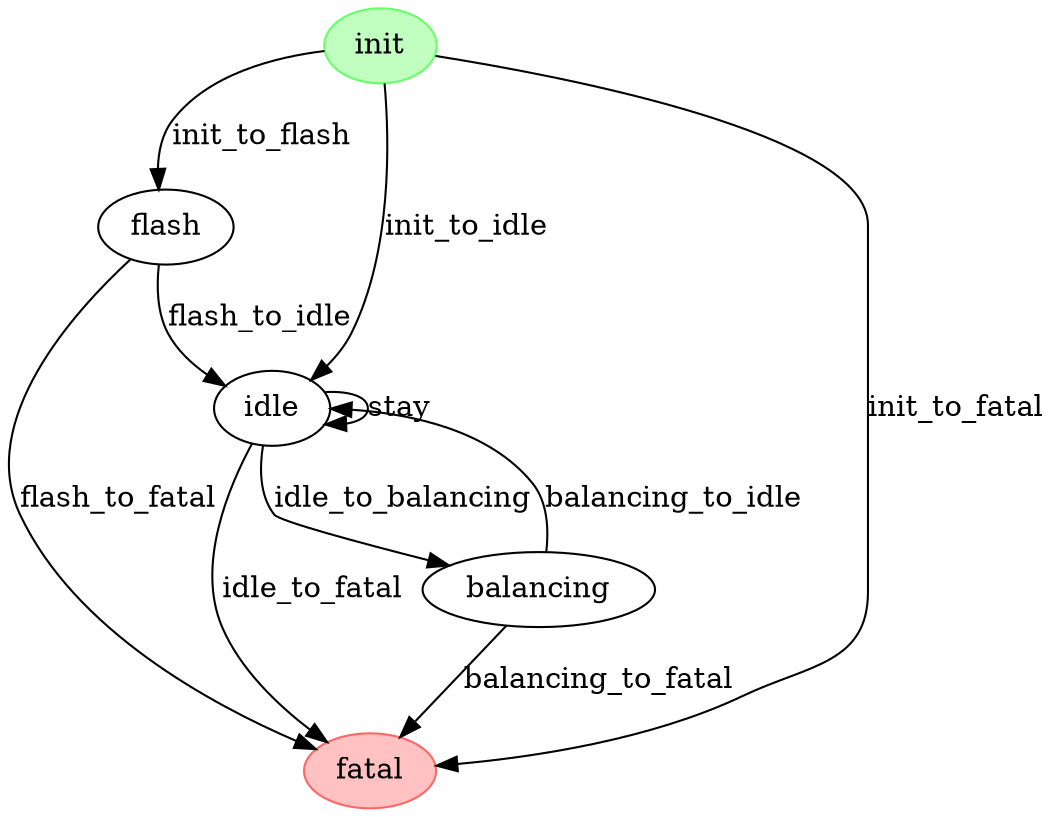
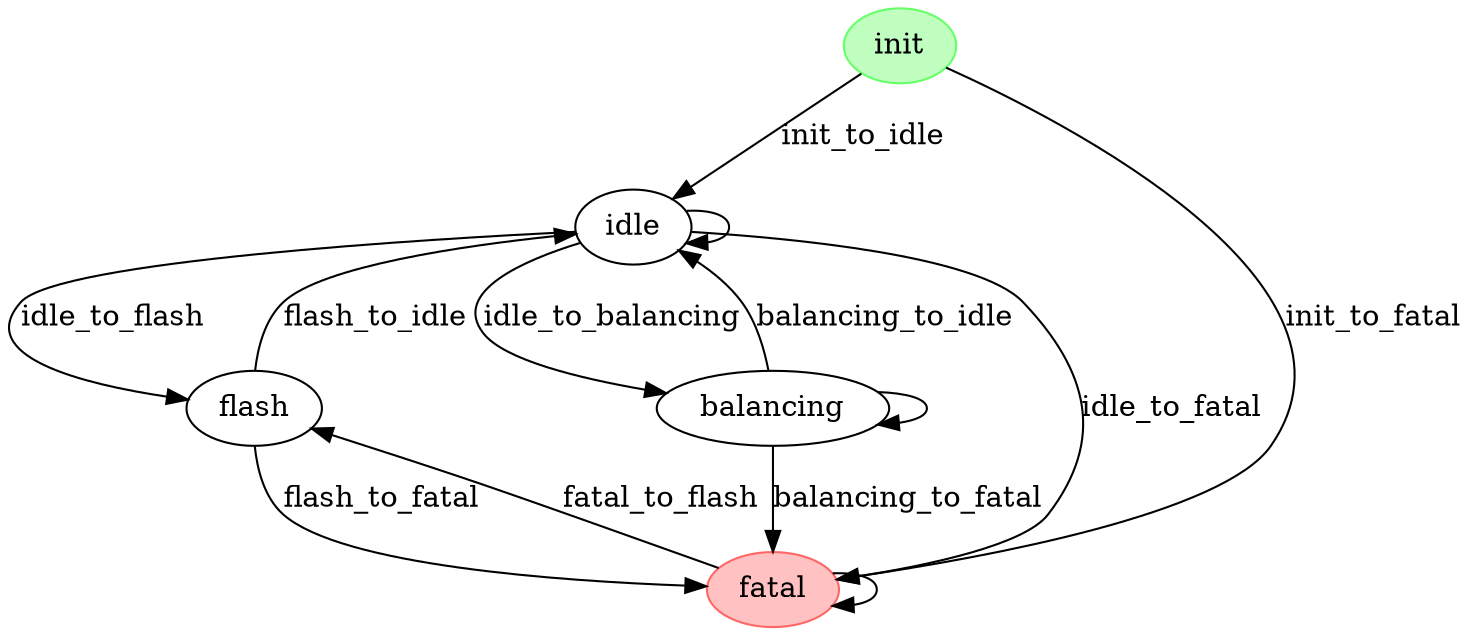
digraph "gv_fsm example" {
    bgcolor="white"
    layout="dot"
    center=true
    concentrate=false

    init [
        style="filled"
        color="#66ff66"
        fillcolor="#c1ffc1"
    ]
    flash
    idle
    balancing
    fatal [
        style="filled"
        color="#ff6666"
        fillcolor="#ffc1c1"
    ]

    init -> idle [label="init_to_idle"]
-     init -> flash [label="init_to_flash"]
    init -> fatal [label="init_to_fatal"]
+     idle -> idle
+     idle -> flash [label="idle_to_flash"]
+     idle -> balancing [label="idle_to_balancing"]
+     idle -> fatal[label="idle_to_fatal"]
    flash -> idle [label="flash_to_idle"]
    flash -> fatal [label="flash_to_fatal"]
-     idle -> idle [label="stay"]
-     idle -> balancing [label="idle_to_balancing"]
-     idle -> fatal[label="idle_to_fatal"]
    balancing -> idle [label="balancing_to_idle"]
    balancing -> fatal [label="balancing_to_fatal"]
+     balancing -> balancing
+     fatal -> flash [label="fatal_to_flash"]
+     fatal -> fatal
}
